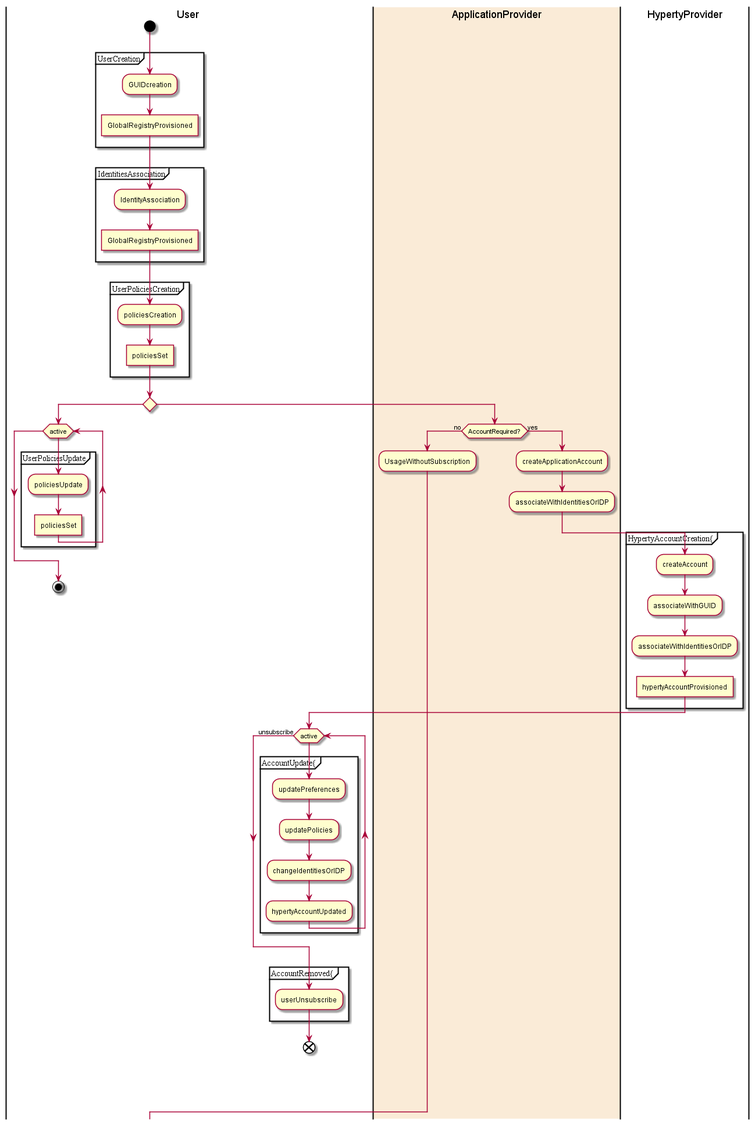
This is docs/D1.2/business processes/user-life-cycle.png from reTHINK-project/use-cases, a PlantUML export, as it was before one commit.
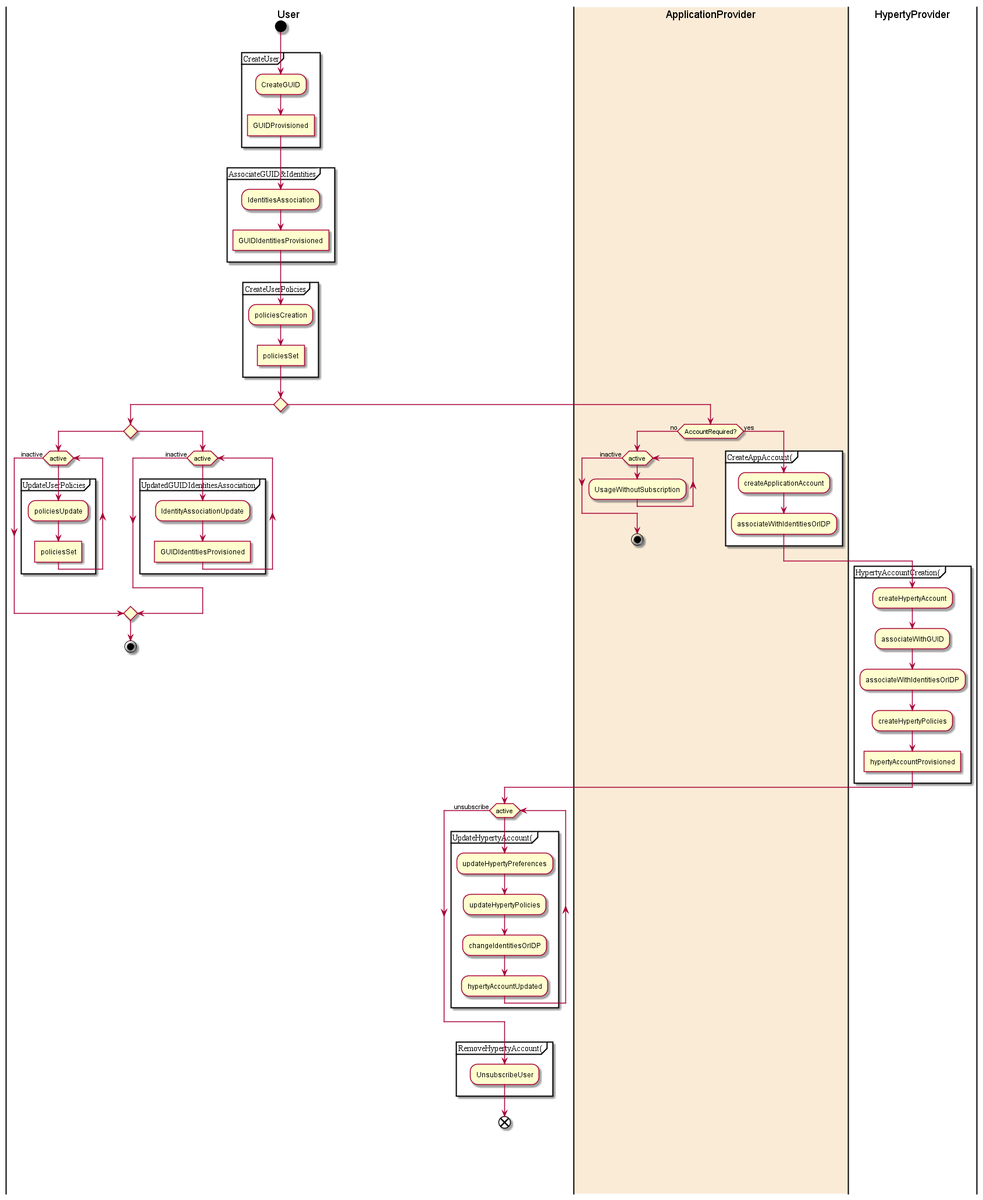
After the commit.

Commit message:
user lifecycle updated

Change to the diagram source:
```diff
@@ -3,30 +3,46 @@
 |User |
 start
 
-partition UserCreation {
-    :GUIDcreation;
-    :GlobalRegistryProvisioned]
+partition CreateUser {
+    :CreateGUID;
+    :GUIDProvisioned]
 }
 
-partition IdentitiesAssociation {
-    :IdentityAssociation;
-    :GlobalRegistryProvisioned]
+partition AssociateGUID&Identities {
+    :IdentitiesAssociation;
+    :GUIDIdentitiesProvisioned]
 }
 
-partition UserPoliciesCreation {
+partition CreateUserPolicies {
     :policiesCreation;
     :policiesSet]
 }
 
 if () then
 
+if () then
+
 while (active)
 
-partition UserPoliciesUpdate {
+partition UpdateUserPolicies {
     :policiesUpdate;
     :policiesSet]
 }
-endwhile
+endwhile (inactive)
+
+else
+
+while (active)
+
+partition UpdatedGUIDIdentitiesAssociation {
+    :IdentityAssociationUpdate;
+    :GUIDIdentitiesProvisioned]
+}
+
+
+endwhile (inactive)
+
+endif
 
 stop
 
@@ -37,33 +53,43 @@
 
 if (AccountRequired?) then (no)
 
+while (active)
+
 :UsageWithoutSubscription;
 
+endwhile (inactive)
+
+stop
+
 else (yes)
+
+partition CreateAppAccount{
 		:createApplicationAccount;
 		:associateWithIdentitiesOrIDP;
+    }
 
-|#AntiqueRed|HypertyProvider|
+|#LightRed|HypertyProvider|
 
 partition HypertyAccountCreation{
-		:createAccount;
+		:createHypertyAccount;
     :associateWithGUID;
 		:associateWithIdentitiesOrIDP;
+    :createHypertyPolicies;
 		:hypertyAccountProvisioned]
 	}
 |User |
 
 while (active)
-partition AccountUpdate{
-		:updatePreferences;
-		:updatePolicies;
+partition UpdateHypertyAccount{
+		:updateHypertyPreferences;
+		:updateHypertyPolicies;
 		:changeIdentitiesOrIDP;
 		:hypertyAccountUpdated;
 	}
 endwhile (unsubscribe)
 
-partition AccountRemoved{
-	:userUnsubscribe;
+partition RemoveHypertyAccount{
+	:UnsubscribeUser;
 	}
 
 
```
